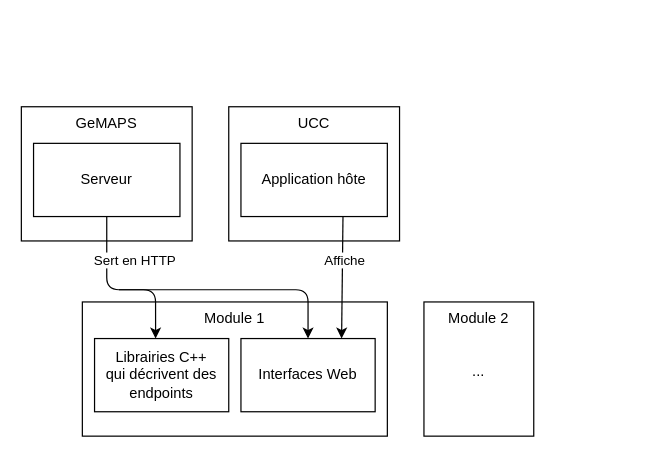
This is drawio/modulaire.drawio from ThomasColin1/rapport_pfe, a draw.io file, before an edit. Source tidied: cells renumbered, new cells numbered last; positions are measured from the earlier drawing's top-left corner, leaving out a move shared by most shapes. Both pictures are drawn from the tidied source at 122%, with x=0, y=0 at pixel (21, 106).
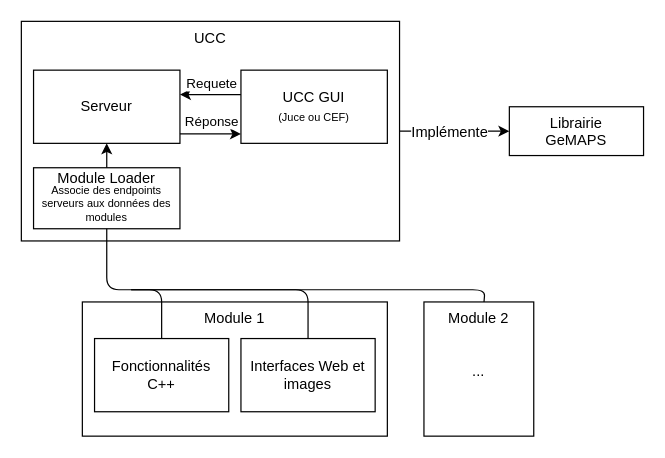
Above is the later version.

Commit message (it also covers changes not shown here):
Corrections schemas + powerpoint

Unchanged cells that the change refers to:
```xml
<mxCell id="14" value="Module 2&lt;br&gt;&lt;br&gt;&lt;br&gt;..." style="whiteSpace=wrap;html=1;verticalAlign=top;" parent="1" vertex="1">
  <mxGeometry x="330" y="160" width="90" height="110" as="geometry" />
</mxCell>
```

The edit, as a diff of the source:
```diff
@@
-    <mxCell id="2" value="GeMAPS" style="whiteSpace=wrap;html=1;verticalAlign=top;" parent="1" vertex="1">
-      <mxGeometry width="140" height="110" as="geometry" />
+    <mxCell id="2" value="Librairie &lt;br&gt;GeMAPS" style="whiteSpace=wrap;html=1;verticalAlign=top;" parent="1" vertex="1">
+      <mxGeometry x="400" width="110" height="40" as="geometry" />
     </mxCell>
+    <mxCell id="15" style="edgeStyle=none;html=1;entryX=0;entryY=0.5;entryDx=0;entryDy=0;fontSize=8;endArrow=classic;endFill=1;" parent="1" edge="1" source="3" target="2">
+      <mxGeometry relative="1" as="geometry" />
+    </mxCell>
+    <mxCell id="16" value="&lt;font style=&quot;font-size: 12px;&quot;&gt;Implémente&lt;/font&gt;" style="edgeLabel;html=1;align=center;verticalAlign=middle;fontSize=8;" parent="15" vertex="1">
+      <mxGeometry x="0.25" y="-2" relative="1" as="geometry">
+        <mxPoint x="-16" y="-2" as="offset" />
+      </mxGeometry>
+    </mxCell>
     <mxCell id="3" value="UCC" style="whiteSpace=wrap;html=1;verticalAlign=top;" parent="1" vertex="1">
-      <mxGeometry x="170" width="140" height="110" as="geometry" />
+      <mxGeometry y="-70" width="310" height="180" as="geometry" />
     </mxCell>
@@
-    <mxCell id="5" style="edgeStyle=none;html=1;entryX=0.75;entryY=0;entryDx=0;entryDy=0;exitX=0.697;exitY=0.993;exitDx=0;exitDy=0;exitPerimeter=0;" parent="1" edge="1" source="7" target="13">
-      <mxGeometry relative="1" as="geometry" />
-    </mxCell>
-    <mxCell id="6" value="Affiche" style="edgeLabel;html=1;align=center;verticalAlign=middle;" parent="5" vertex="1">
-      <mxGeometry x="-0.28" y="1" relative="1" as="geometry" />
-    </mxCell>
+    <mxCell id="17" style="edgeStyle=none;html=1;" parent="1" edge="1">
+      <mxGeometry relative="1" as="geometry">
+        <mxPoint x="180" y="-10" as="sourcePoint" />
+        <mxPoint x="130" y="-10" as="targetPoint" />
+      </mxGeometry>
+    </mxCell>
+    <mxCell id="18" value="Requete" style="edgeLabel;html=1;align=center;verticalAlign=middle;" parent="17" vertex="1">
+      <mxGeometry x="-0.37" y="-2" relative="1" as="geometry">
+        <mxPoint x="-9" y="-8" as="offset" />
+      </mxGeometry>
+    </mxCell>
-    <mxCell id="7" value="Application hôte" style="whiteSpace=wrap;html=1;" parent="1" vertex="1">
-      <mxGeometry x="180" y="30" width="120" height="60" as="geometry" />
+    <mxCell id="7" value="UCC GUI&lt;br&gt;&lt;font style=&quot;font-size: 9px;&quot;&gt;(Juce ou CEF)&lt;/font&gt;" style="whiteSpace=wrap;html=1;" parent="1" vertex="1">
+      <mxGeometry x="180" y="-30" width="120" height="60" as="geometry" />
     </mxCell>
-    <mxCell id="8" style="edgeStyle=none;html=1;" parent="1" edge="1" source="11" target="13">
-      <mxGeometry relative="1" as="geometry">
-        <Array as="points">
-          <mxPoint x="70" y="150" />
-          <mxPoint x="235" y="150" />
-        </Array>
-      </mxGeometry>
-    </mxCell>
-    <mxCell id="9" value="Sert en HTTP" style="edgeLabel;html=1;align=center;verticalAlign=middle;" parent="8" vertex="1">
-      <mxGeometry x="0.14" y="1" relative="1" as="geometry">
-        <mxPoint x="-69" y="-24" as="offset" />
-      </mxGeometry>
-    </mxCell>
-    <mxCell id="10" style="edgeStyle=none;html=1;entryX=0.455;entryY=0;entryDx=0;entryDy=0;entryPerimeter=0;" parent="1" edge="1" target="12">
-      <mxGeometry relative="1" as="geometry">
-        <mxPoint x="80" y="150" as="sourcePoint" />
-        <Array as="points">
-          <mxPoint x="110" y="150" />
-        </Array>
-      </mxGeometry>
-    </mxCell>
     <mxCell id="11" value="Serveur" style="whiteSpace=wrap;html=1;" parent="1" vertex="1">
-      <mxGeometry x="10" y="30" width="120" height="60" as="geometry" />
+      <mxGeometry x="10" y="-30" width="120" height="60" as="geometry" />
     </mxCell>
+    <mxCell id="19" style="edgeStyle=none;html=1;entryX=0.5;entryY=1;entryDx=0;entryDy=0;" parent="1" edge="1" source="12" target="11">
+      <mxGeometry relative="1" as="geometry">
+        <Array as="points">
+          <mxPoint x="115" y="150" />
+          <mxPoint x="70" y="150" />
+        </Array>
+      </mxGeometry>
+    </mxCell>
-    <mxCell id="12" value="Librairies C++&lt;br&gt;qui décrivent des endpoints" style="whiteSpace=wrap;html=1;" parent="1" vertex="1">
+    <mxCell id="12" value="Fonctionnalités &lt;br&gt;C++" style="whiteSpace=wrap;html=1;" parent="1" vertex="1">
       <mxGeometry x="60" y="190" width="110" height="60" as="geometry" />
     </mxCell>
-    <mxCell id="13" value="Interfaces Web" style="whiteSpace=wrap;html=1;" parent="1" vertex="1">
+    <mxCell id="13" value="Interfaces Web et images" style="whiteSpace=wrap;html=1;" parent="1" vertex="1">
       <mxGeometry x="180" y="190" width="110" height="60" as="geometry" />
     </mxCell>
@@
+    <mxCell id="20" value="&lt;p style=&quot;line-height: 80%;&quot;&gt;Module Loader&lt;br&gt;&lt;font style=&quot;font-size: 9px;&quot;&gt;Associe des endpoints serveurs aux données des modules&lt;/font&gt;&lt;/p&gt;" style="whiteSpace=wrap;html=1;" parent="1" vertex="1">
+      <mxGeometry x="10" y="50" width="120" height="50" as="geometry" />
+    </mxCell>
+    <mxCell id="21" style="edgeStyle=none;html=1;exitX=1;exitY=0.75;exitDx=0;exitDy=0;entryX=0;entryY=0.75;entryDx=0;entryDy=0;" parent="1" edge="1">
+      <mxGeometry relative="1" as="geometry">
+        <mxPoint x="130" y="22.3" as="sourcePoint" />
+        <mxPoint x="180" y="22.3" as="targetPoint" />
+      </mxGeometry>
+    </mxCell>
+    <mxCell id="22" value="Réponse" style="edgeLabel;html=1;align=center;verticalAlign=middle;" parent="21" vertex="1">
+      <mxGeometry x="-0.37" y="-2" relative="1" as="geometry">
+        <mxPoint x="9" y="-13" as="offset" />
+      </mxGeometry>
+    </mxCell>
+    <mxCell id="23" style="edgeStyle=none;html=1;endArrow=none;endFill=0;exitX=0.5;exitY=0;exitDx=0;exitDy=0;" parent="1" edge="1" source="13">
+      <mxGeometry relative="1" as="geometry">
+        <mxPoint x="90" y="150" as="targetPoint" />
+        <Array as="points">
+          <mxPoint x="235" y="150" />
+          <mxPoint x="110" y="150" />
+        </Array>
+      </mxGeometry>
+    </mxCell>
+    <mxCell id="24" style="edgeStyle=none;html=1;endArrow=none;endFill=0;" parent="1" edge="1" source="14">
+      <mxGeometry relative="1" as="geometry">
+        <mxPoint x="90" y="150" as="targetPoint" />
+        <Array as="points">
+          <mxPoint x="380" y="150" />
+          <mxPoint x="110" y="150" />
+        </Array>
+      </mxGeometry>
+    </mxCell>
```
